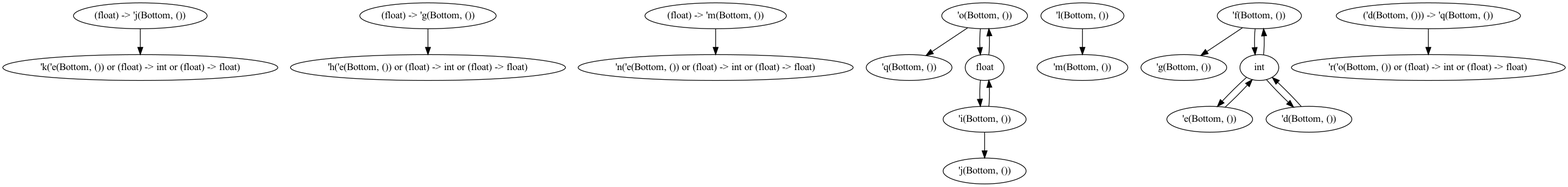
Above: dots/0.dot.png in chocobo333/regino (Graphviz), before the change. Its source is kept beside it as dots/0.dot. The source it was exported from:
```dot
digraph order {
  node [
    ];
  node [
    ];
  "(float) -> 'j(Bottom, ())"
  "(float) -> 'g(Bottom, ())"
  "'h('e(Bottom, ()) or (float) -> int or (float) -> float)"
  "'k('e(Bottom, ()) or (float) -> int or (float) -> float)"
  "'n('e(Bottom, ()) or (float) -> int or (float) -> float)"
  "'q(Bottom, ())"
  "'o(Bottom, ())"
  "'m(Bottom, ())"
  "'i(Bottom, ())"
  "'j(Bottom, ())"
  "'f(Bottom, ())"
  "'g(Bottom, ())"
  "'e(Bottom, ())"
  "'r('o(Bottom, ()) or (float) -> int or (float) -> float)"
  "'d(Bottom, ())"
  "'l(Bottom, ())"
  "float"
  "int"
  "('d(Bottom, ())) -> 'q(Bottom, ())"
  "(float) -> 'm(Bottom, ())"
  "(float) -> 'j(Bottom, ())" -> "'k('e(Bottom, ()) or (float) -> int or (float) -> float)"
  "(float) -> 'g(Bottom, ())" -> "'h('e(Bottom, ()) or (float) -> int or (float) -> float)"
  "float" -> "'o(Bottom, ())"
  "float" -> "'i(Bottom, ())"
  "'o(Bottom, ())" -> "'q(Bottom, ())"
  "'o(Bottom, ())" -> "float"
  "'l(Bottom, ())" -> "'m(Bottom, ())"
  "'i(Bottom, ())" -> "'j(Bottom, ())"
  "'i(Bottom, ())" -> "float"
  "int" -> "'f(Bottom, ())"
  "int" -> "'e(Bottom, ())"
  "int" -> "'d(Bottom, ())"
  "'f(Bottom, ())" -> "'g(Bottom, ())"
  "'f(Bottom, ())" -> "int"
  "'e(Bottom, ())" -> "int"
  "'d(Bottom, ())" -> "int"
  "('d(Bottom, ())) -> 'q(Bottom, ())" -> "'r('o(Bottom, ()) or (float) -> int or (float) -> float)"
  "(float) -> 'm(Bottom, ())" -> "'n('e(Bottom, ()) or (float) -> int or (float) -> float)"
}
```
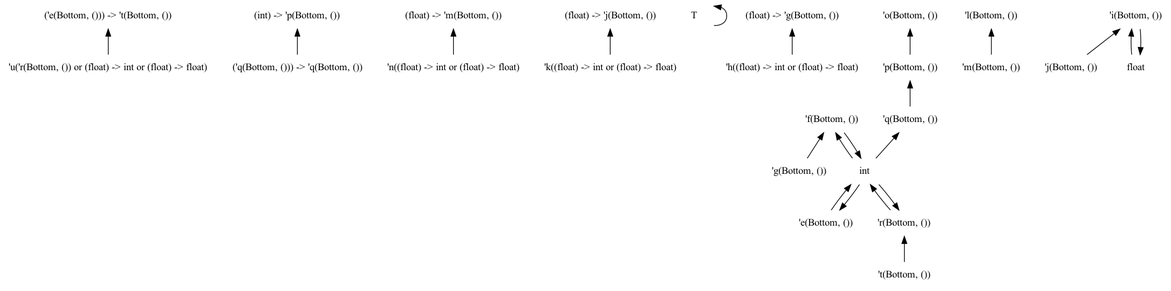
The same diagram one commit later.

Change to the diagram source:
```diff
@@ -1,44 +1,57 @@
 digraph order {
-  node [
+  graph [
+    size = "30,10"
     ];
   node [
+    shape = none
     ];
+  edge [
+    dir = back
+    ];
+  "('e(Bottom, ())) -> 't(Bottom, ())"
+  "(int) -> 'p(Bottom, ())"
+  "(float) -> 'm(Bottom, ())"
   "(float) -> 'j(Bottom, ())"
-  "(float) -> 'g(Bottom, ())"
-  "'h('e(Bottom, ()) or (float) -> int or (float) -> float)"
-  "'k('e(Bottom, ()) or (float) -> int or (float) -> float)"
-  "'n('e(Bottom, ()) or (float) -> int or (float) -> float)"
+  "T"
+  "'h((float) -> int or (float) -> float)"
+  "'k((float) -> int or (float) -> float)"
+  "'n((float) -> int or (float) -> float)"
+  "'g(Bottom, ())"
+  "'e(Bottom, ())"
+  "'t(Bottom, ())"
+  "'r(Bottom, ())"
+  "'p(Bottom, ())"
   "'q(Bottom, ())"
-  "'o(Bottom, ())"
   "'m(Bottom, ())"
   "'i(Bottom, ())"
   "'j(Bottom, ())"
   "'f(Bottom, ())"
-  "'g(Bottom, ())"
-  "'e(Bottom, ())"
-  "'r('o(Bottom, ()) or (float) -> int or (float) -> float)"
-  "'d(Bottom, ())"
+  "'o(Bottom, ())"
   "'l(Bottom, ())"
+  "'u('r(Bottom, ()) or (float) -> int or (float) -> float)"
   "float"
   "int"
-  "('d(Bottom, ())) -> 'q(Bottom, ())"
-  "(float) -> 'm(Bottom, ())"
-  "(float) -> 'j(Bottom, ())" -> "'k('e(Bottom, ()) or (float) -> int or (float) -> float)"
-  "(float) -> 'g(Bottom, ())" -> "'h('e(Bottom, ()) or (float) -> int or (float) -> float)"
-  "float" -> "'o(Bottom, ())"
+  "('q(Bottom, ())) -> 'q(Bottom, ())"
+  "(float) -> 'g(Bottom, ())"
+  "(float) -> 'm(Bottom, ())" -> "'n((float) -> int or (float) -> float)"
+  "(float) -> 'j(Bottom, ())" -> "'k((float) -> int or (float) -> float)"
+  "(float) -> 'g(Bottom, ())" -> "'h((float) -> int or (float) -> float)"
+  "T" -> "T"
   "float" -> "'i(Bottom, ())"
-  "'o(Bottom, ())" -> "'q(Bottom, ())"
-  "'o(Bottom, ())" -> "float"
+  "'r(Bottom, ())" -> "'t(Bottom, ())"
+  "'r(Bottom, ())" -> "int"
+  "int" -> "'r(Bottom, ())"
+  "int" -> "'f(Bottom, ())"
+  "int" -> "'e(Bottom, ())"
+  "'o(Bottom, ())" -> "'p(Bottom, ())"
+  "'q(Bottom, ())" -> "int"
+  "'p(Bottom, ())" -> "'q(Bottom, ())"
   "'l(Bottom, ())" -> "'m(Bottom, ())"
   "'i(Bottom, ())" -> "'j(Bottom, ())"
   "'i(Bottom, ())" -> "float"
-  "int" -> "'f(Bottom, ())"
-  "int" -> "'e(Bottom, ())"
-  "int" -> "'d(Bottom, ())"
   "'f(Bottom, ())" -> "'g(Bottom, ())"
   "'f(Bottom, ())" -> "int"
   "'e(Bottom, ())" -> "int"
-  "'d(Bottom, ())" -> "int"
-  "('d(Bottom, ())) -> 'q(Bottom, ())" -> "'r('o(Bottom, ()) or (float) -> int or (float) -> float)"
-  "(float) -> 'm(Bottom, ())" -> "'n('e(Bottom, ()) or (float) -> int or (float) -> float)"
+  "('e(Bottom, ())) -> 't(Bottom, ())" -> "'u('r(Bottom, ()) or (float) -> int or (float) -> float)"
+  "(int) -> 'p(Bottom, ())" -> "('q(Bottom, ())) -> 'q(Bottom, ())"
 }
```
